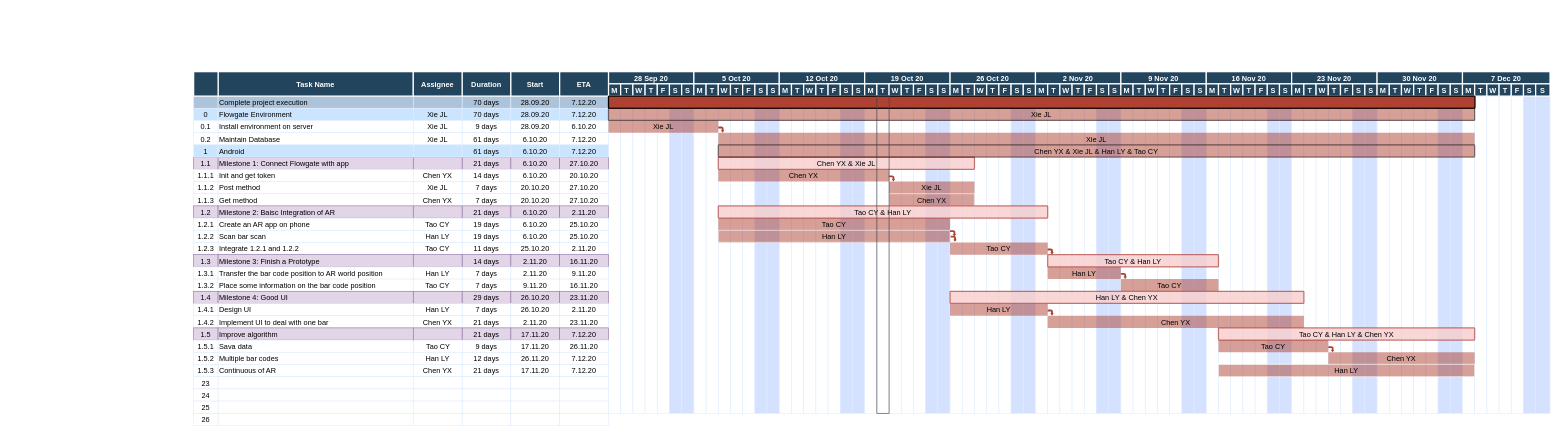
The draw.io diagram Untitled Diagram.drawio in VE450-VMware-Capstone-Team-21/tech-comm, before the edit. Source tidied: cells renumbered, new cells numbered last; positions are measured from the earlier drawing's top-left corner, leaving out a move shared by most shapes. Both pictures are drawn from the tidied source at 61%, with x=0, y=0 at pixel (193, 71).
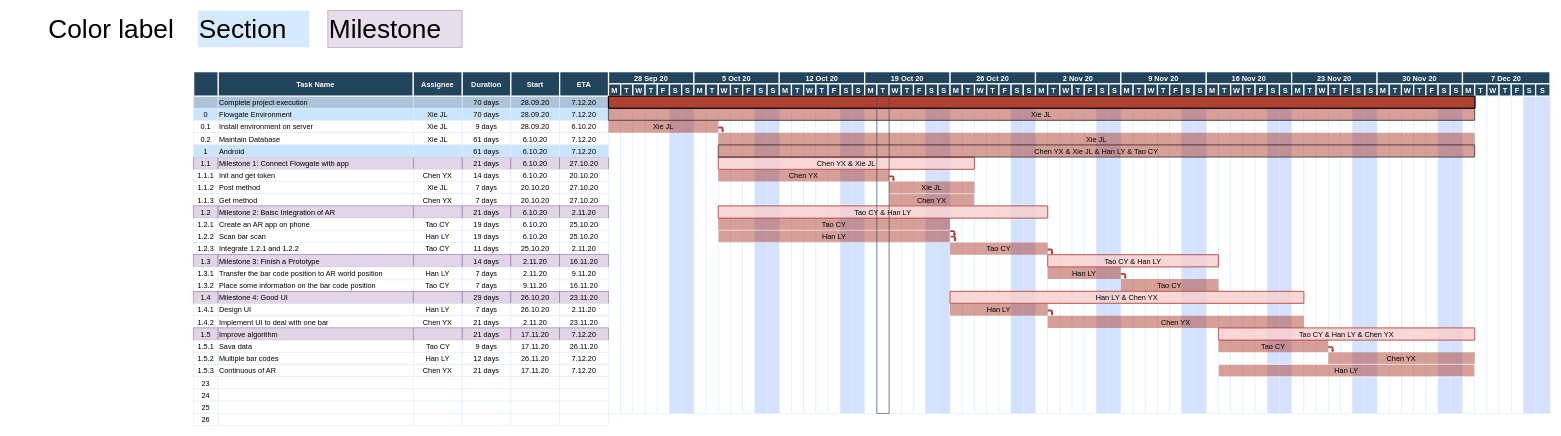
After the change.

What changed in the source:
```diff
@@
+    <mxCell id="367" value="Section&lt;br&gt;" style="rounded=0;whiteSpace=wrap;html=1;strokeColor=#F7F7F7;fontSize=43;opacity=80;align=left;fillColor=#CCE5FE;" parent="1" vertex="1">
+      <mxGeometry x="7" y="-100" width="183" height="60" as="geometry" />
+    </mxCell>
+    <mxCell id="368" value="Milestone" style="rounded=0;whiteSpace=wrap;html=1;strokeColor=#9673a6;fontSize=43;opacity=80;align=left;fillColor=#e1d5e7;" parent="1" vertex="1">
+      <mxGeometry x="220" y="-100" width="220" height="60" as="geometry" />
+    </mxCell>
+    <mxCell id="369" value="Color label" style="text;html=1;strokeColor=none;fillColor=none;align=center;verticalAlign=middle;whiteSpace=wrap;rounded=0;fontSize=43;opacity=80;" parent="1" vertex="1">
+      <mxGeometry x="-300" y="-80" width="330" height="20" as="geometry" />
+    </mxCell>
```
